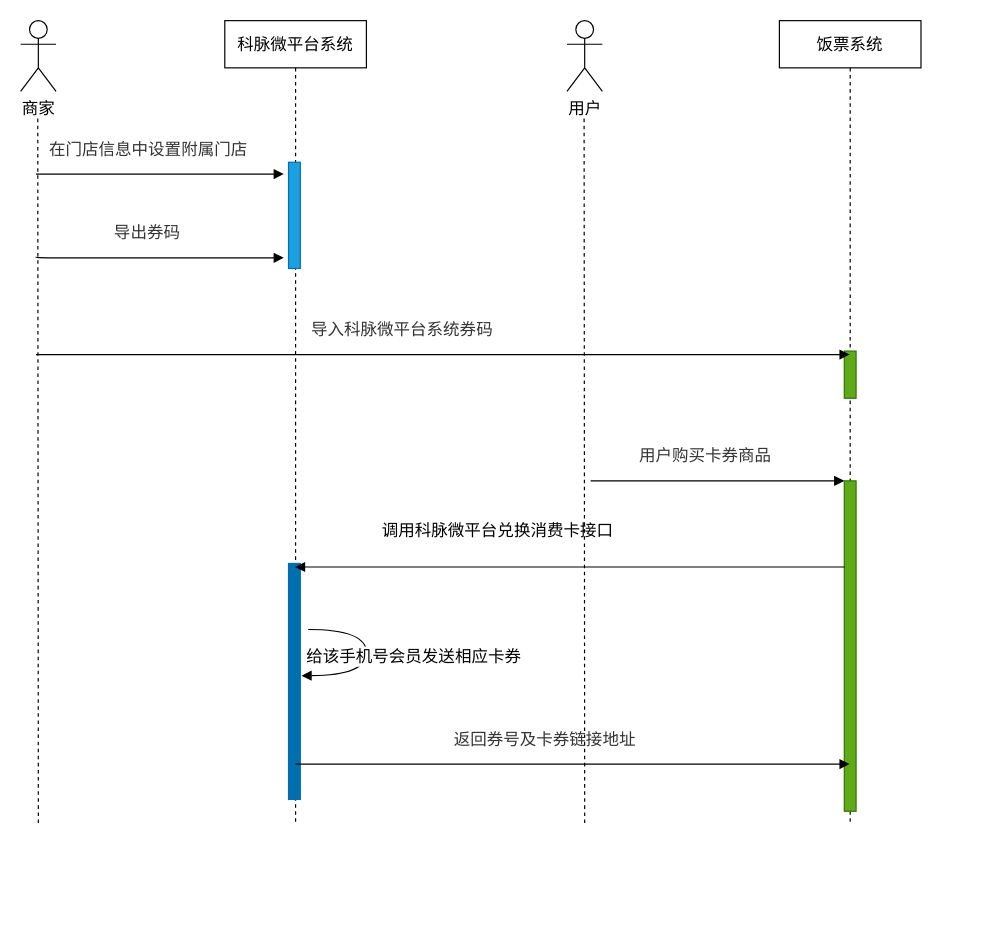
This is Kemai/南昌华侨城扫码外卖点餐（多个档口）.drawio from noobwu/diagrams, a draw.io file, before an edit. Source tidied: cells renumbered, new cells numbered last; positions are measured from the earlier drawing's top-left corner, leaving out a move shared by most shapes. Both pictures are drawn from the tidied source at 118%, with x=0, y=0 at pixel (20, 20).
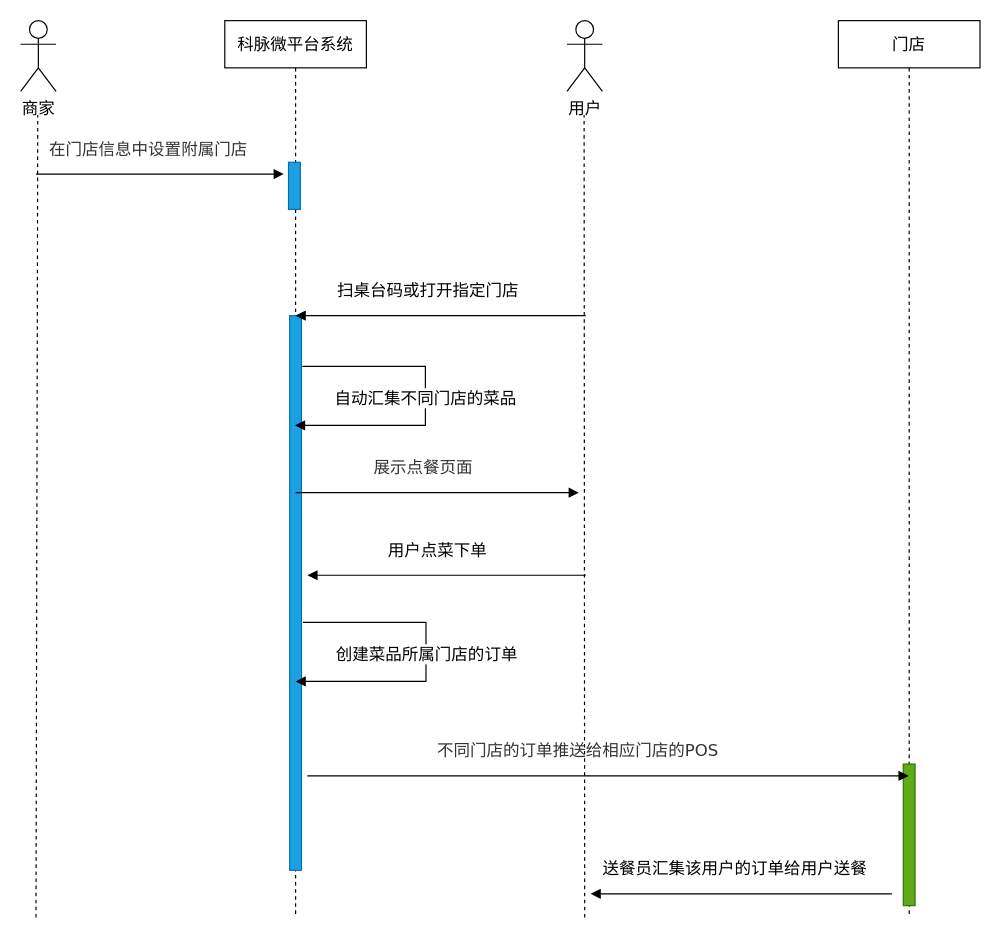
Above is the later version.

Commit message:
更新南昌华侨城扫码外卖点餐（多个档口）.drawio

The edit, as a diff of the source:
```diff
@@
-    <mxCell id="3" value="饭票系统" style="shape=umlLifeline;perimeter=lifelinePerimeter;whiteSpace=wrap;html=1;outlineConnect=0;fontSize=14;" parent="1" vertex="1">
-      <mxGeometry x="643" width="120" height="680" as="geometry" />
+    <mxCell id="3" value="门店" style="shape=umlLifeline;perimeter=lifelinePerimeter;whiteSpace=wrap;html=1;outlineConnect=0;fontSize=14;" parent="1" vertex="1">
+      <mxGeometry x="693" width="120" height="760" as="geometry" />
     </mxCell>
-    <mxCell id="4" style="html=1;perimeter=orthogonalPerimeter;fillColor=#60a917;strokeColor=#2D7600;fontColor=#ffffff;" parent="3" vertex="1">
-      <mxGeometry x="55" y="280" width="10" height="40" as="geometry" />
-    </mxCell>
     <mxCell id="5" style="html=1;points=[];perimeter=orthogonalPerimeter;fillColor=#60a917;strokeColor=#2D7600;fontColor=#ffffff;" parent="3" vertex="1">
-      <mxGeometry x="55" y="390" width="10" height="280" as="geometry" />
+      <mxGeometry x="55" y="630" width="10" height="120" as="geometry" />
     </mxCell>
     <mxCell id="6" value="&lt;font style=&quot;font-size: 14px&quot;&gt;科脉微平台系统&lt;/font&gt;" style="shape=umlLifeline;perimeter=lifelinePerimeter;whiteSpace=wrap;html=1;" parent="1" vertex="1">
-      <mxGeometry x="173" width="120" height="680" as="geometry" />
+      <mxGeometry x="173" width="120" height="760" as="geometry" />
     </mxCell>
     <mxCell id="7" style="html=1;perimeter=orthogonalPerimeter;fillColor=#1ba1e2;strokeColor=#006EAF;fontColor=#ffffff;" parent="6" vertex="1">
-      <mxGeometry x="54" y="120" width="10" height="90" as="geometry" />
+      <mxGeometry x="54" y="120" width="10" height="40" as="geometry" />
     </mxCell>
-    <mxCell id="8" style="html=1;perimeter=orthogonalPerimeter;rounded=0;shadow=0;comic=0;labelBackgroundColor=none;strokeColor=#006EAF;strokeWidth=1;fontFamily=Verdana;fontSize=12;fontColor=#ffffff;align=center;fillColor=#006EAF;" parent="6" vertex="1">
-      <mxGeometry x="54" y="460" width="10" height="200" as="geometry" />
-    </mxCell>
-    <mxCell id="9" value="&lt;span style=&quot;font-size: 14px&quot;&gt;给该手机号会员发送相应卡券&lt;/span&gt;" style="html=1;verticalAlign=bottom;endArrow=block;labelBackgroundColor=#ffffff;fontFamily=Verdana;fontSize=12;elbow=vertical;edgeStyle=orthogonalEdgeStyle;curved=1;exitX=1.066;exitY=0.713;exitPerimeter=0;" parent="6" edge="1">
-      <mxGeometry x="0.16" y="40" relative="1" as="geometry">
-        <mxPoint x="70.7" y="516" as="sourcePoint" />
-        <mxPoint x="65" y="555.1" as="targetPoint" />
-        <Array as="points">
-          <mxPoint x="120" y="516.1" />
-          <mxPoint x="120" y="555.1" />
-        </Array>
-      </mxGeometry>
-    </mxCell>
+    <mxCell id="19" style="html=1;perimeter=orthogonalPerimeter;fillColor=#1ba1e2;strokeColor=#006EAF;fontColor=#ffffff;" parent="6" vertex="1">
+      <mxGeometry x="55" y="250" width="10" height="470" as="geometry" />
+    </mxCell>
     <mxCell id="10" style="endArrow=none;dashed=1;html=1;" parent="1" edge="1">
       <mxGeometry relative="1" as="geometry">
-        <mxPoint x="15" y="680" as="sourcePoint" />
+        <mxPoint x="13" y="760" as="sourcePoint" />
         <mxPoint x="14.5" y="80" as="targetPoint" />
       </mxGeometry>
     </mxCell>
-    <mxCell id="11" value="&lt;div style=&quot;text-align: left; font-size: 14px;&quot;&gt;&lt;span style=&quot;font-size: 14px&quot;&gt;&lt;font color=&quot;#333333&quot; style=&quot;font-size: 14px;&quot;&gt;导入科脉微平台系统券码&lt;/font&gt;&lt;/span&gt;&lt;/div&gt;" style="html=1;verticalAlign=bottom;endArrow=block;labelBackgroundColor=none;fontFamily=Verdana;fontSize=14;edgeStyle=elbowEdgeStyle;elbow=vertical;" parent="1" edge="1">
-      <mxGeometry x="-0.1" y="10" relative="1" as="geometry">
-        <mxPoint x="13" y="283" as="sourcePoint" />
-        <mxPoint x="702.5" y="283" as="targetPoint" />
-      </mxGeometry>
-    </mxCell>
-    <mxCell id="12" value="&lt;div style=&quot;text-align: left; font-size: 14px;&quot;&gt;&lt;span style=&quot;font-size: 14px&quot;&gt;&lt;font color=&quot;#333333&quot; style=&quot;font-size: 14px;&quot;&gt;导出券码&lt;/font&gt;&lt;/span&gt;&lt;/div&gt;" style="html=1;verticalAlign=bottom;endArrow=block;labelBackgroundColor=none;fontFamily=Verdana;fontSize=14;edgeStyle=elbowEdgeStyle;elbow=vertical;" parent="1" edge="1">
-      <mxGeometry x="-0.1" y="10" relative="1" as="geometry">
-        <mxPoint x="13" y="200" as="sourcePoint" />
-        <mxPoint x="223" y="201" as="targetPoint" />
-      </mxGeometry>
-    </mxCell>
@@
     <mxCell id="15" style="endArrow=none;dashed=1;html=1;" parent="1" edge="1">
       <mxGeometry relative="1" as="geometry">
-        <mxPoint x="478" y="680" as="sourcePoint" />
+        <mxPoint x="478" y="760" as="sourcePoint" />
         <mxPoint x="477.5" y="80" as="targetPoint" />
       </mxGeometry>
     </mxCell>
-    <mxCell id="16" value="&lt;div style=&quot;text-align: left; font-size: 14px;&quot;&gt;&lt;font color=&quot;#333333&quot; style=&quot;font-size: 14px;&quot;&gt;&lt;span style=&quot;font-size: 14px&quot;&gt;用户购买卡券商品&lt;/span&gt;&lt;/font&gt;&lt;/div&gt;" style="html=1;verticalAlign=bottom;endArrow=block;labelBackgroundColor=none;fontFamily=Verdana;fontSize=14;edgeStyle=elbowEdgeStyle;elbow=vertical;" parent="1" edge="1" target="5">
-      <mxGeometry x="-0.1" y="10" relative="1" as="geometry">
-        <mxPoint x="483" y="390" as="sourcePoint" />
-      </mxGeometry>
-    </mxCell>
-    <mxCell id="17" value="&lt;div style=&quot;text-align: left; font-size: 14px;&quot;&gt;&lt;span style=&quot;font-size: 14px; font-family: 微软雅黑, sans-serif;&quot;&gt;调用科脉微平台兑换消费卡接口&lt;/span&gt;&lt;br style=&quot;font-size: 14px;&quot;&gt;&lt;/div&gt;" style="html=1;verticalAlign=bottom;endArrow=block;labelBackgroundColor=none;fontFamily=Verdana;fontSize=14;edgeStyle=elbowEdgeStyle;elbow=vertical;" parent="1" edge="1">
-      <mxGeometry x="0.47" y="-20" relative="1" as="geometry">
-        <mxPoint x="528" y="463" as="sourcePoint" />
-        <mxPoint x="232.5" y="463" as="targetPoint" />
-        <Array as="points">
-          <mxPoint x="703" y="463" />
-        </Array>
-      </mxGeometry>
-    </mxCell>
-    <mxCell id="18" value="&lt;div style=&quot;text-align: left ; font-size: 14px&quot;&gt;&lt;font color=&quot;#333333&quot;&gt;返回券号及卡券链接地址&lt;/font&gt;&lt;/div&gt;" style="html=1;verticalAlign=bottom;endArrow=block;labelBackgroundColor=none;fontFamily=Verdana;fontSize=14;edgeStyle=elbowEdgeStyle;elbow=vertical;" parent="1" edge="1" target="3">
-      <mxGeometry x="-0.1" y="10" relative="1" as="geometry">
-        <mxPoint x="233" y="630" as="sourcePoint" />
-      </mxGeometry>
-    </mxCell>
+    <mxCell id="20" value="&lt;div style=&quot;text-align: left ; font-size: 14px&quot;&gt;扫桌台码或打开指定门店&lt;/div&gt;" style="html=1;verticalAlign=bottom;endArrow=block;labelBackgroundColor=none;fontFamily=Verdana;fontSize=14;edgeStyle=elbowEdgeStyle;elbow=vertical;" parent="1" edge="1">
+      <mxGeometry x="0.48" y="-10" relative="1" as="geometry">
+        <mxPoint x="308.5" y="250" as="sourcePoint" />
+        <mxPoint x="233" y="250" as="targetPoint" />
+        <Array as="points">
+          <mxPoint x="483.5" y="250" />
+        </Array>
+        <mxPoint x="1" as="offset" />
+      </mxGeometry>
+    </mxCell>
+    <mxCell id="21" value="&lt;span style=&quot;font-size: 14px&quot;&gt;自动汇集不同门店的菜品&lt;/span&gt;" style="html=1;verticalAlign=bottom;endArrow=block;labelBackgroundColor=#ffffff;fontFamily=Verdana;fontSize=12;elbow=vertical;edgeStyle=orthogonalEdgeStyle;exitX=1.066;exitY=0.713;exitPerimeter=0;rounded=0;" parent="1" edge="1">
+      <mxGeometry x="0.07" relative="1" as="geometry">
+        <mxPoint x="238.7" y="293" as="sourcePoint" />
+        <mxPoint x="232.5" y="343" as="targetPoint" />
+        <Array as="points">
+          <mxPoint x="343" y="293" />
+          <mxPoint x="343" y="343" />
+        </Array>
+      </mxGeometry>
+    </mxCell>
+    <mxCell id="22" value="&lt;font color=&quot;#333333&quot;&gt;&lt;span style=&quot;font-size: 14px&quot;&gt;展示点餐页面&lt;/span&gt;&lt;/font&gt;" style="html=1;verticalAlign=bottom;endArrow=block;labelBackgroundColor=none;fontFamily=Verdana;fontSize=12;edgeStyle=elbowEdgeStyle;elbow=vertical;" parent="1" edge="1">
+      <mxGeometry x="-0.1" y="10" relative="1" as="geometry">
+        <mxPoint x="233" y="400" as="sourcePoint" />
+        <mxPoint x="473" y="400" as="targetPoint" />
+        <Array as="points">
+          <mxPoint x="338" y="400" />
+        </Array>
+      </mxGeometry>
+    </mxCell>
+    <mxCell id="23" value="&lt;div style=&quot;text-align: left ; font-size: 14px&quot;&gt;用户点菜下单&lt;/div&gt;" style="html=1;verticalAlign=bottom;endArrow=block;labelBackgroundColor=none;fontFamily=Verdana;fontSize=14;edgeStyle=elbowEdgeStyle;elbow=vertical;" parent="1" edge="1">
+      <mxGeometry x="0.48" y="-10" relative="1" as="geometry">
+        <mxPoint x="308.5" y="470" as="sourcePoint" />
+        <mxPoint x="243" y="470" as="targetPoint" />
+        <Array as="points">
+          <mxPoint x="483.5" y="470" />
+        </Array>
+        <mxPoint x="1" as="offset" />
+      </mxGeometry>
+    </mxCell>
+    <mxCell id="24" value="&lt;span style=&quot;font-size: 14px&quot;&gt;创建菜品所属门店的订单&lt;/span&gt;" style="html=1;verticalAlign=bottom;endArrow=block;labelBackgroundColor=#ffffff;fontFamily=Verdana;fontSize=12;elbow=vertical;edgeStyle=orthogonalEdgeStyle;exitX=1.066;exitY=0.713;exitPerimeter=0;rounded=0;" parent="1" edge="1">
+      <mxGeometry x="0.07" relative="1" as="geometry">
+        <mxPoint x="239.2" y="510" as="sourcePoint" />
+        <mxPoint x="233" y="560" as="targetPoint" />
+        <Array as="points">
+          <mxPoint x="343.5" y="510" />
+          <mxPoint x="343.5" y="560" />
+        </Array>
+      </mxGeometry>
+    </mxCell>
+    <mxCell id="25" value="&lt;font color=&quot;#333333&quot;&gt;&lt;span style=&quot;font-size: 14px&quot;&gt;不同门店的订单推送给相应门店的POS&lt;/span&gt;&lt;/font&gt;" style="html=1;verticalAlign=bottom;endArrow=block;labelBackgroundColor=none;fontFamily=Verdana;fontSize=12;edgeStyle=elbowEdgeStyle;elbow=vertical;" parent="1" edge="1" target="3">
+      <mxGeometry x="-0.1" y="10" relative="1" as="geometry">
+        <mxPoint x="243" y="640" as="sourcePoint" />
+        <Array as="points">
+          <mxPoint x="338" y="640" />
+        </Array>
+      </mxGeometry>
+    </mxCell>
+    <mxCell id="26" value="&lt;div style=&quot;text-align: left ; font-size: 14px&quot;&gt;送餐员汇集该用户的订单给用户送餐&lt;/div&gt;" style="html=1;verticalAlign=bottom;endArrow=block;labelBackgroundColor=none;fontFamily=Verdana;fontSize=14;edgeStyle=elbowEdgeStyle;elbow=vertical;" parent="1" edge="1">
+      <mxGeometry x="0.48" y="-10" relative="1" as="geometry">
+        <mxPoint x="538.5" y="740" as="sourcePoint" />
+        <mxPoint x="483" y="740" as="targetPoint" />
+        <Array as="points">
+          <mxPoint x="743" y="740" />
+        </Array>
+        <mxPoint x="1" as="offset" />
+      </mxGeometry>
+    </mxCell>
```
